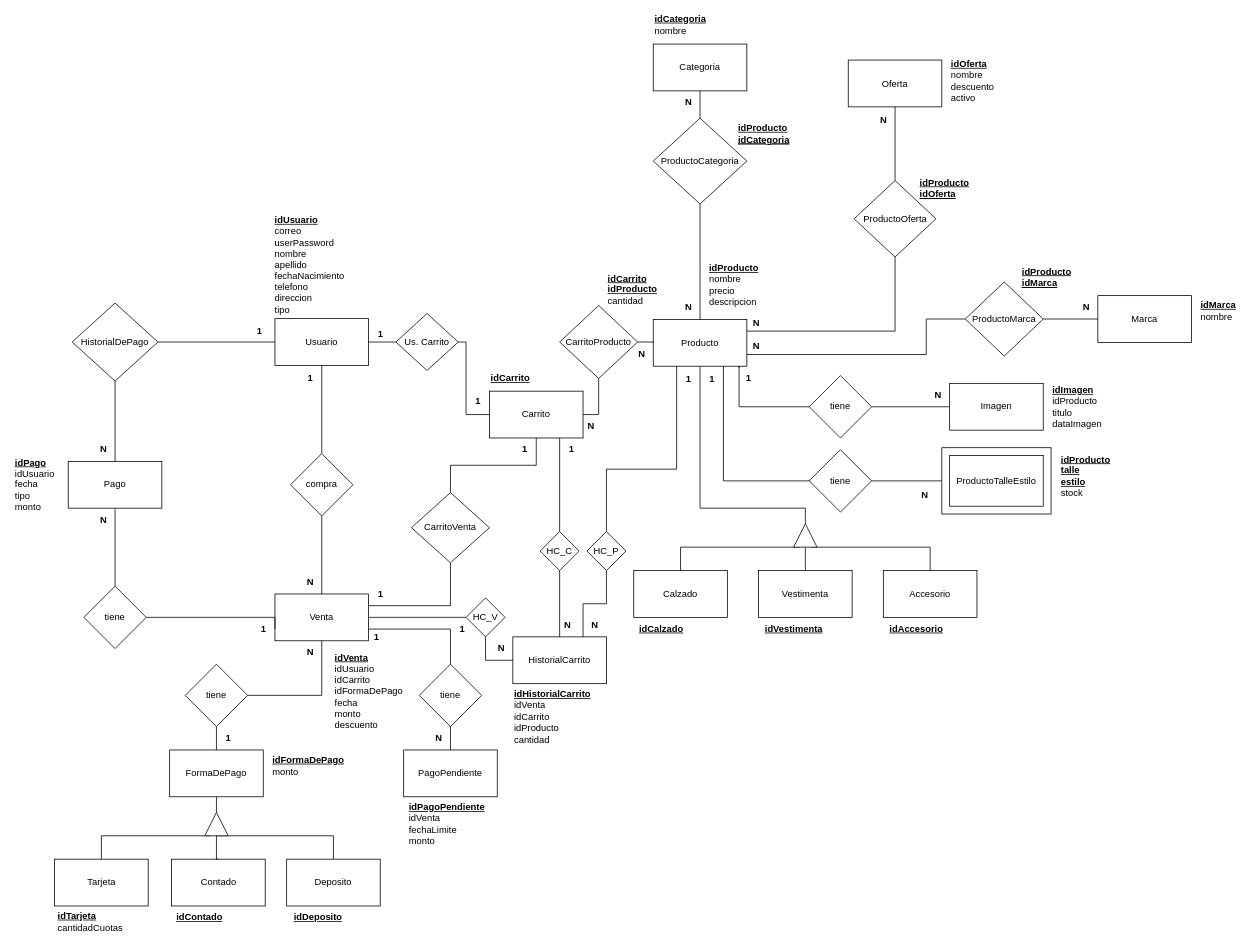
Before: documentacion-Ecommerce/MEREcommerce.drawio in YolausGG/ProyectosReact-TrocheGodoy, a draw.io diagram. Source tidied: cells renumbered, new cells numbered last; positions are measured from the earlier drawing's top-left corner, leaving out a move shared by most shapes. Both pictures are drawn from the tidied source at 78%, with x=0, y=0 at pixel (13, 16).
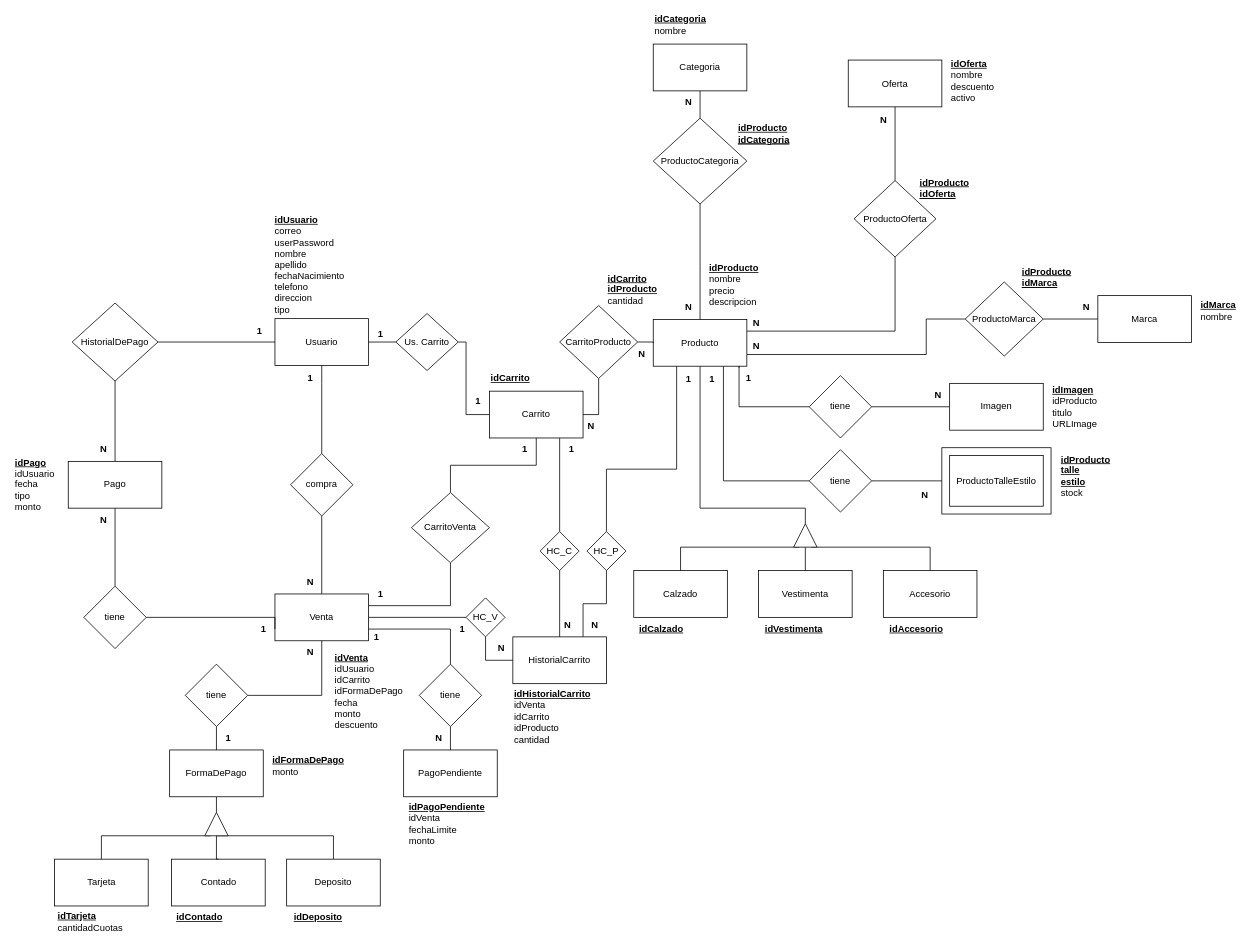
Above is the later version.

Diff of the diagram source:
```diff
@@
-    <mxCell id="93" value="&lt;b style=&quot;border-color: var(--border-color); text-align: center;&quot;&gt;&lt;u style=&quot;border-color: var(--border-color);&quot;&gt;&lt;font style=&quot;border-color: var(--border-color);&quot;&gt;idImagen&lt;br&gt;&lt;/font&gt;&lt;/u&gt;&lt;/b&gt;&lt;span style=&quot;font-weight: normal;&quot;&gt;idProducto&lt;br&gt;titulo&lt;br&gt;dataImagen&lt;/span&gt;&lt;span style=&quot;font-weight: normal;&quot;&gt;&lt;br&gt;&lt;/span&gt;" style="text;html=1;strokeColor=none;fillColor=none;align=left;verticalAlign=middle;whiteSpace=wrap;rounded=0;fontStyle=1;" parent="1" vertex="1">
+    <mxCell id="93" value="&lt;b style=&quot;border-color: var(--border-color); text-align: center;&quot;&gt;&lt;u style=&quot;border-color: var(--border-color);&quot;&gt;&lt;font style=&quot;border-color: var(--border-color);&quot;&gt;idImagen&lt;br&gt;&lt;/font&gt;&lt;/u&gt;&lt;/b&gt;&lt;span style=&quot;font-weight: normal;&quot;&gt;idProducto&lt;br&gt;titulo&lt;br&gt;&lt;/span&gt;&lt;span style=&quot;font-weight: normal;&quot;&gt;URLImage&lt;/span&gt;" style="text;html=1;strokeColor=none;fillColor=none;align=left;verticalAlign=middle;whiteSpace=wrap;rounded=0;fontStyle=1;" parent="1" vertex="1">
       <mxGeometry x="1330" y="466" width="70" height="68" as="geometry" />
     </mxCell>
```
